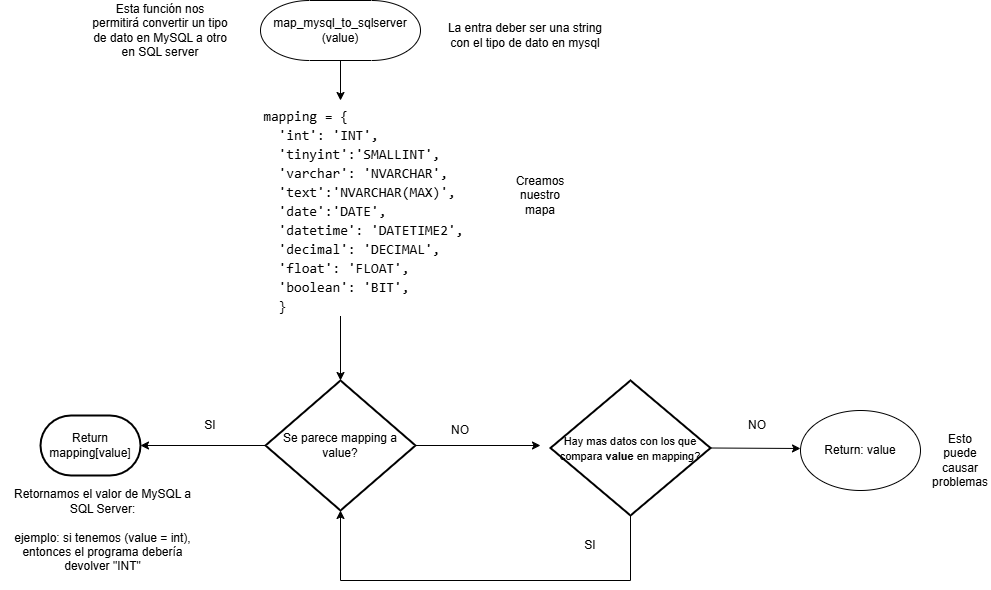
The draw.io diagram Documentación/Diagramas/Migration_module/map_mysql_to_sqlserver(function).drawio.png in AlfredoZC/Coffee-shop, before a commit. Source tidied: cells renumbered, new cells last; positions are measured from the earlier drawing's top-left corner, leaving out a move shared by most shapes.
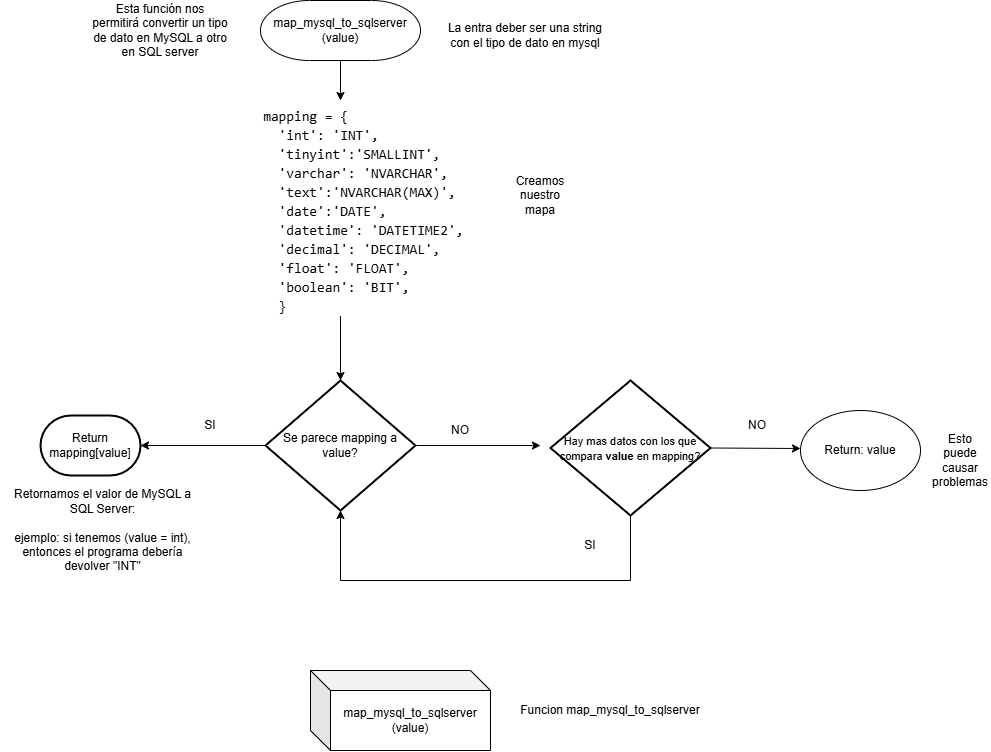
After the commit.

Diff of the diagram source:
```diff
@@ -74,5 +74,11 @@
     <mxCell id="22" value="Retornamos el valor de MySQL a SQL Server:&lt;br&gt;&lt;br&gt;ejemplo: si tenemos (value = int), entonces el programa debería devolver &quot;INT&quot;" style="text;html=1;align=center;verticalAlign=middle;whiteSpace=wrap;rounded=0;" parent="1" vertex="1">
       <mxGeometry y="515" width="205" height="30" as="geometry" />
     </mxCell>
+    <mxCell id="23" value="map_mysql_to_sqlserver (value)" style="shape=cube;whiteSpace=wrap;html=1;boundedLbl=1;backgroundOutline=1;darkOpacity=0.05;darkOpacity2=0.1;" parent="1" vertex="1">
+      <mxGeometry x="310" y="670" width="180" height="80" as="geometry" />
+    </mxCell>
+    <mxCell id="24" value="Funcion map_mysql_to_sqlserver" style="text;html=1;align=center;verticalAlign=middle;whiteSpace=wrap;rounded=0;" parent="1" vertex="1">
+      <mxGeometry x="510" y="695" width="200" height="30" as="geometry" />
+    </mxCell>
   </root>
 </mxGraphModel>
```
